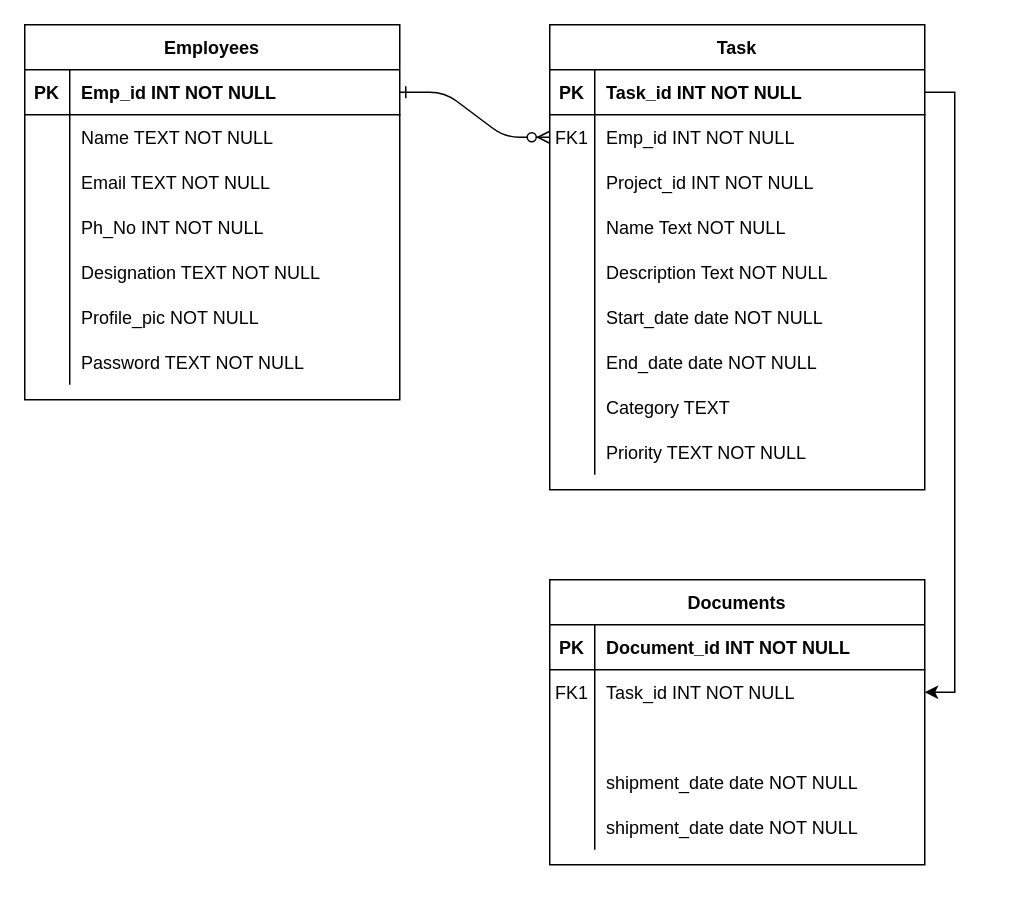
Above: Untitled Diagram.drawio in tejudharanesh/database_design (draw.io), before the change. Source tidied: cells renumbered, new cells numbered last; positions are measured from the earlier drawing's top-left corner, leaving out a move shared by most shapes. Both pictures are drawn from the tidied source at 150%, with x=0, y=0 at pixel (24, 24).
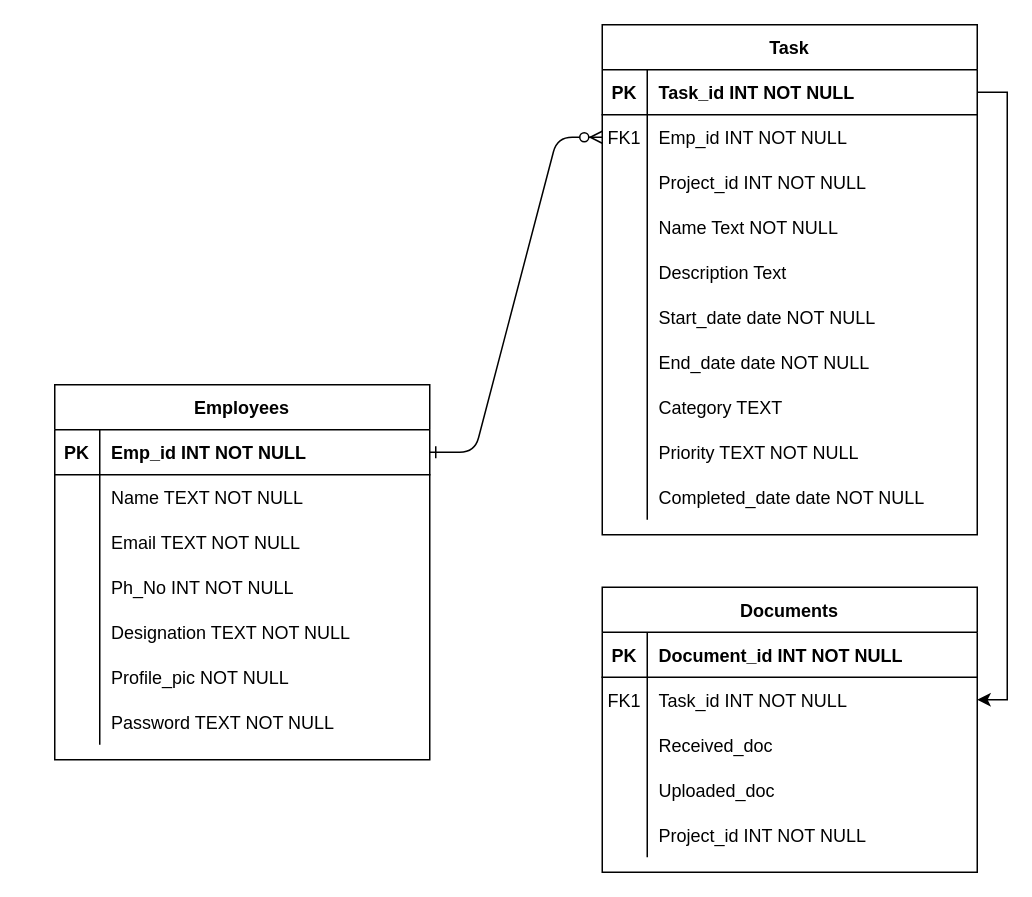
After the change.

Unchanged cells that the change refers to:
```xml
<mxCell id="16" style="shape=partialRectangle;fillColor=none;top=0;left=0;right=0;bottom=0;" parent="3" vertex="1">
  <mxGeometry y="150" width="250" height="30" as="geometry" />
</mxCell>
<mxCell id="38" style="shape=partialRectangle;fillColor=none;top=0;left=0;right=0;bottom=0;" parent="31" vertex="1">
  <mxGeometry y="90" width="250" height="30" as="geometry" />
</mxCell>
<mxCell id="41" style="shape=partialRectangle;fillColor=none;top=0;left=0;right=0;bottom=0;" parent="31" vertex="1">
  <mxGeometry y="120" width="250" height="30" as="geometry" />
</mxCell>
<mxCell id="44" style="shape=partialRectangle;fillColor=none;top=0;left=0;right=0;bottom=0;" parent="31" vertex="1">
  <mxGeometry y="150" width="250" height="30" as="geometry" />
</mxCell>
```

Diff of the diagram source:
```diff
@@
     <mxCell id="3" value="Task" style="shape=table;startSize=30;childLayout=tableLayout;rowLines=0;fontStyle=1;align=center;" parent="1" vertex="1">
-      <mxGeometry x="350" width="250" height="310" as="geometry" />
+      <mxGeometry x="385" width="250" height="340" as="geometry" />
     </mxCell>
@@
-    <mxCell id="18" value="Description Text NOT NULL" style="shape=partialRectangle;overflow=hidden;fillColor=none;top=0;left=0;bottom=0;right=0;align=left;spacingLeft=6;" parent="16" vertex="1">
+    <mxCell id="18" value="Description Text" style="shape=partialRectangle;overflow=hidden;fillColor=none;top=0;left=0;bottom=0;right=0;align=left;spacingLeft=6;" parent="16" vertex="1">
       <mxGeometry x="30" width="220" height="30" as="geometry" />
     </mxCell>
@@
+    <mxCell id="70" style="shape=partialRectangle;fillColor=none;top=0;left=0;right=0;bottom=0;" parent="3" vertex="1">
+      <mxGeometry y="300" width="250" height="30" as="geometry" />
+    </mxCell>
+    <mxCell id="71" style="shape=partialRectangle;overflow=hidden;fillColor=none;top=0;left=0;bottom=0;right=0;" parent="70" vertex="1">
+      <mxGeometry width="30" height="30" as="geometry" />
+    </mxCell>
+    <mxCell id="72" value="Completed_date date NOT NULL" style="shape=partialRectangle;overflow=hidden;fillColor=none;top=0;left=0;bottom=0;right=0;align=left;spacingLeft=6;" parent="70" vertex="1">
+      <mxGeometry x="30" width="220" height="30" as="geometry" />
+    </mxCell>
     <mxCell id="31" value="Documents" style="shape=table;startSize=30;childLayout=tableLayout;rowLines=0;fontStyle=1;align=center;" parent="1" vertex="1">
-      <mxGeometry x="350" y="370" width="250" height="190" as="geometry" />
+      <mxGeometry x="385" y="375" width="250" height="190" as="geometry" />
     </mxCell>
@@
-    <mxCell id="40" style="shape=partialRectangle;overflow=hidden;fillColor=none;top=0;left=0;bottom=0;right=0;align=left;spacingLeft=6;" parent="38" vertex="1">
+    <mxCell id="40" value="Received_doc " style="shape=partialRectangle;overflow=hidden;fillColor=none;top=0;left=0;bottom=0;right=0;align=left;spacingLeft=6;" parent="38" vertex="1">
       <mxGeometry x="30" width="220" height="30" as="geometry" />
     </mxCell>
@@
-    <mxCell id="43" value="shipment_date date NOT NULL" style="shape=partialRectangle;overflow=hidden;fillColor=none;top=0;left=0;bottom=0;right=0;align=left;spacingLeft=6;" parent="41" vertex="1">
+    <mxCell id="43" value="Uploaded_doc" style="shape=partialRectangle;overflow=hidden;fillColor=none;top=0;left=0;bottom=0;right=0;align=left;spacingLeft=6;" parent="41" vertex="1">
       <mxGeometry x="30" width="220" height="30" as="geometry" />
     </mxCell>
@@
-    <mxCell id="45" style="shape=partialRectangle;overflow=hidden;fillColor=none;top=0;left=0;bottom=0;right=0;" parent="44" vertex="1">
-      <mxGeometry width="30" height="30" as="geometry" />
-    </mxCell>
-    <mxCell id="46" value="shipment_date date NOT NULL" style="shape=partialRectangle;overflow=hidden;fillColor=none;top=0;left=0;bottom=0;right=0;align=left;spacingLeft=6;" parent="44" vertex="1">
-      <mxGeometry x="30" width="220" height="30" as="geometry" />
-    </mxCell>
+    <mxCell id="73" style="shape=partialRectangle;overflow=hidden;fillColor=none;top=0;left=0;bottom=0;right=0;" parent="44" vertex="1">
+      <mxGeometry width="30" height="30" as="geometry" />
+    </mxCell>
+    <mxCell id="74" value="Project_id INT NOT NULL" style="shape=partialRectangle;overflow=hidden;fillColor=none;top=0;left=0;bottom=0;right=0;align=left;spacingLeft=6;" parent="44" vertex="1">
+      <mxGeometry x="30" width="220" height="30" as="geometry" />
+    </mxCell>
     <mxCell id="47" value="Employees" style="shape=table;startSize=30;childLayout=tableLayout;rowLines=0;fontStyle=1;align=center;" parent="1" vertex="1">
-      <mxGeometry width="250" height="250" as="geometry" />
+      <mxGeometry x="20" y="240" width="250" height="250" as="geometry" />
     </mxCell>
```
